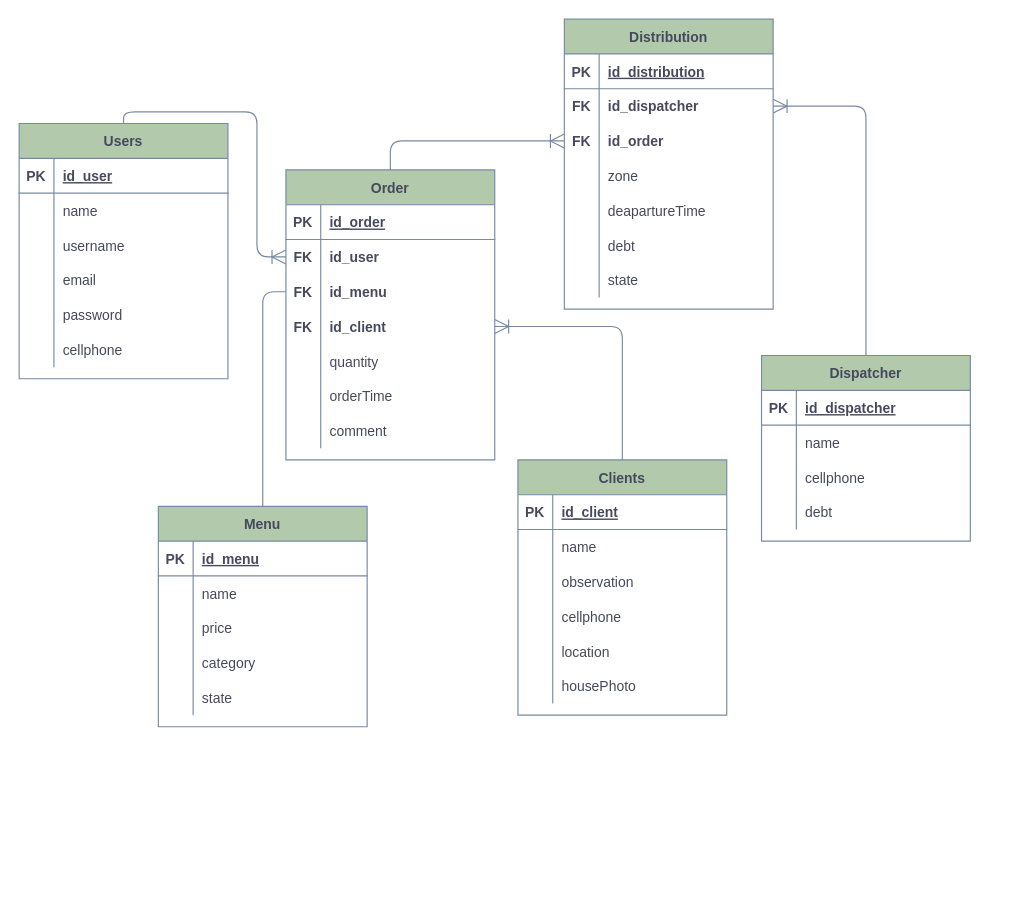
The draw.io diagram Untitled Diagram.drawio in juanyodavid/HW4, before the edit. Source tidied: cells renumbered, new cells numbered last; positions are measured from the earlier drawing's top-left corner, leaving out a move shared by most shapes. Both pictures are drawn from the tidied source at 116%, with x=0, y=0 at pixel (19, 19).
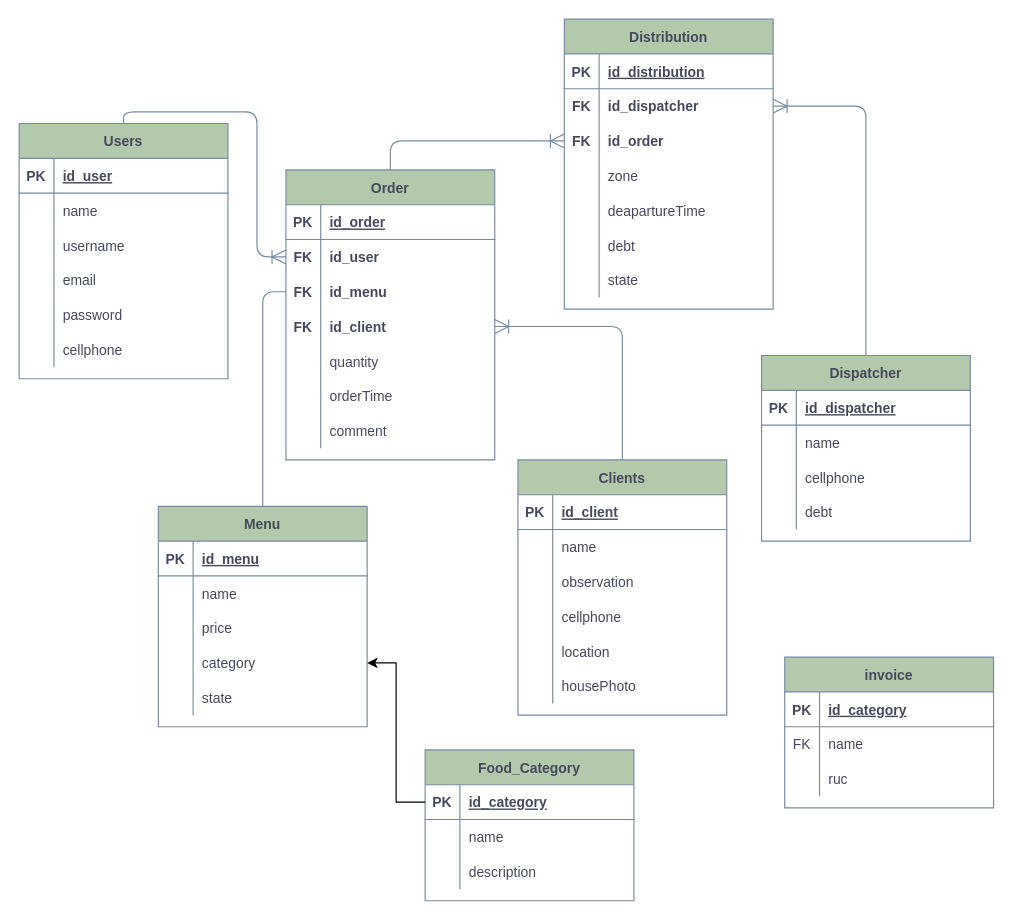
The same diagram, later.

Unchanged cells that the change refers to:
```xml
<mxCell id="63" style="shape=tableRow;horizontal=0;startSize=0;swimlaneHead=0;swimlaneBody=0;fillColor=none;points=[[0,0.5],[1,0.5]];portConstraint=eastwest;top=0;left=0;right=0;bottom=0;rounded=0;sketch=0;fontColor=#46495D;strokeColor=#788AA3;" parent="53" vertex="1">
  <mxGeometry y="120" width="180" height="30" as="geometry" />
</mxCell>
```

The edit, as a diff of the source:
```diff
@@
+    <mxCell id="118" value="Food_Category" style="shape=table;startSize=30;childLayout=tableLayout;rowLines=0;fontStyle=1;align=center;rounded=0;sketch=0;fontColor=#46495D;strokeColor=#788AA3;fillColor=#B2C9AB;" parent="1" vertex="1">
+      <mxGeometry x="350" y="630" width="180" height="130" as="geometry" />
+    </mxCell>
+    <mxCell id="119" style="shape=tableRow;horizontal=0;startSize=0;swimlaneHead=0;swimlaneBody=0;fillColor=none;points=[[0,0.5],[1,0.5]];portConstraint=eastwest;top=0;left=0;right=0;bottom=1;rounded=0;sketch=0;fontColor=#46495D;strokeColor=#788AA3;" parent="118" vertex="1">
+      <mxGeometry y="30" width="180" height="30" as="geometry" />
+    </mxCell>
+    <mxCell id="120" value="PK" style="shape=partialRectangle;fillColor=none;top=0;left=0;bottom=0;right=0;fontStyle=1;overflow=hidden;rounded=0;sketch=0;fontColor=#46495D;strokeColor=#788AA3;" parent="119" vertex="1">
+      <mxGeometry width="30" height="30" as="geometry" />
+    </mxCell>
+    <mxCell id="121" value="id_category" style="shape=partialRectangle;fillColor=none;top=0;left=0;bottom=0;right=0;align=left;spacingLeft=6;fontStyle=5;overflow=hidden;rounded=0;sketch=0;fontColor=#46495D;strokeColor=#788AA3;" parent="119" vertex="1">
+      <mxGeometry x="30" width="150" height="30" as="geometry" />
+    </mxCell>
+    <mxCell id="122" style="shape=tableRow;horizontal=0;startSize=0;swimlaneHead=0;swimlaneBody=0;fillColor=none;top=0;left=0;right=0;bottom=0;rounded=0;sketch=0;fontColor=#46495D;strokeColor=#788AA3;" parent="118" vertex="1">
+      <mxGeometry y="60" width="180" height="30" as="geometry" />
+    </mxCell>
+    <mxCell id="123" style="shape=partialRectangle;fillColor=none;top=0;left=0;bottom=0;right=0;overflow=hidden;rounded=0;sketch=0;fontColor=#46495D;strokeColor=#788AA3;" parent="122" vertex="1">
+      <mxGeometry width="30" height="30" as="geometry" />
+    </mxCell>
+    <mxCell id="124" value="name" style="shape=partialRectangle;fillColor=none;top=0;left=0;bottom=0;right=0;align=left;spacingLeft=6;overflow=hidden;rounded=0;sketch=0;fontColor=#46495D;strokeColor=#788AA3;" parent="122" vertex="1">
+      <mxGeometry x="30" width="150" height="30" as="geometry" />
+    </mxCell>
+    <mxCell id="125" style="shape=tableRow;horizontal=0;startSize=0;swimlaneHead=0;swimlaneBody=0;fillColor=none;top=0;left=0;right=0;bottom=0;rounded=0;sketch=0;fontColor=#46495D;strokeColor=#788AA3;" parent="118" vertex="1">
+      <mxGeometry y="90" width="180" height="30" as="geometry" />
+    </mxCell>
+    <mxCell id="126" style="shape=partialRectangle;fillColor=none;top=0;left=0;bottom=0;right=0;overflow=hidden;rounded=0;sketch=0;fontColor=#46495D;strokeColor=#788AA3;" parent="125" vertex="1">
+      <mxGeometry width="30" height="30" as="geometry" />
+    </mxCell>
+    <mxCell id="127" value="description" style="shape=partialRectangle;fillColor=none;top=0;left=0;bottom=0;right=0;align=left;spacingLeft=6;overflow=hidden;rounded=0;sketch=0;fontColor=#46495D;strokeColor=#788AA3;" parent="125" vertex="1">
+      <mxGeometry x="30" width="150" height="30" as="geometry" />
+    </mxCell>
+    <mxCell id="128" style="edgeStyle=orthogonalEdgeStyle;rounded=0;jettySize=auto;html=1;exitX=0;exitY=0.5;exitDx=0;exitDy=0;entryX=1;entryY=0.5;entryDx=0;entryDy=0;" parent="1" edge="1" source="119" target="63">
+      <mxGeometry relative="1" as="geometry" />
+    </mxCell>
+    <mxCell id="129" value="invoice" style="shape=table;startSize=30;childLayout=tableLayout;rowLines=0;fontStyle=1;align=center;rounded=0;sketch=0;fontColor=#46495D;strokeColor=#788AA3;fillColor=#B2C9AB;" parent="1" vertex="1">
+      <mxGeometry x="660" y="550" width="180" height="130" as="geometry" />
+    </mxCell>
+    <mxCell id="130" style="shape=tableRow;horizontal=0;startSize=0;swimlaneHead=0;swimlaneBody=0;fillColor=none;top=0;left=0;right=0;bottom=1;rounded=0;sketch=0;fontColor=#46495D;strokeColor=#788AA3;" parent="129" vertex="1">
+      <mxGeometry y="30" width="180" height="30" as="geometry" />
+    </mxCell>
+    <mxCell id="131" value="PK" style="shape=partialRectangle;fillColor=none;top=0;left=0;bottom=0;right=0;fontStyle=1;overflow=hidden;rounded=0;sketch=0;fontColor=#46495D;strokeColor=#788AA3;" parent="130" vertex="1">
+      <mxGeometry width="30" height="30" as="geometry" />
+    </mxCell>
+    <mxCell id="132" value="id_category" style="shape=partialRectangle;fillColor=none;top=0;left=0;bottom=0;right=0;align=left;spacingLeft=6;fontStyle=5;overflow=hidden;rounded=0;sketch=0;fontColor=#46495D;strokeColor=#788AA3;" parent="130" vertex="1">
+      <mxGeometry x="30" width="150" height="30" as="geometry" />
+    </mxCell>
+    <mxCell id="133" style="shape=tableRow;horizontal=0;startSize=0;swimlaneHead=0;swimlaneBody=0;fillColor=none;top=0;left=0;right=0;bottom=0;rounded=0;sketch=0;fontColor=#46495D;strokeColor=#788AA3;" parent="129" vertex="1">
+      <mxGeometry y="60" width="180" height="30" as="geometry" />
+    </mxCell>
+    <mxCell id="134" value="FK" style="shape=partialRectangle;fillColor=none;top=0;left=0;bottom=0;right=0;overflow=hidden;rounded=0;sketch=0;fontColor=#46495D;strokeColor=#788AA3;" parent="133" vertex="1">
+      <mxGeometry width="30" height="30" as="geometry" />
+    </mxCell>
+    <mxCell id="135" value="name" style="shape=partialRectangle;fillColor=none;top=0;left=0;bottom=0;right=0;align=left;spacingLeft=6;overflow=hidden;rounded=0;sketch=0;fontColor=#46495D;strokeColor=#788AA3;" parent="133" vertex="1">
+      <mxGeometry x="30" width="150" height="30" as="geometry" />
+    </mxCell>
+    <mxCell id="136" style="shape=tableRow;horizontal=0;startSize=0;swimlaneHead=0;swimlaneBody=0;fillColor=none;top=0;left=0;right=0;bottom=0;rounded=0;sketch=0;fontColor=#46495D;strokeColor=#788AA3;" parent="129" vertex="1">
+      <mxGeometry y="90" width="180" height="30" as="geometry" />
+    </mxCell>
+    <mxCell id="137" style="shape=partialRectangle;fillColor=none;top=0;left=0;bottom=0;right=0;overflow=hidden;rounded=0;sketch=0;fontColor=#46495D;strokeColor=#788AA3;" parent="136" vertex="1">
+      <mxGeometry width="30" height="30" as="geometry" />
+    </mxCell>
+    <mxCell id="138" value="ruc" style="shape=partialRectangle;fillColor=none;top=0;left=0;bottom=0;right=0;align=left;spacingLeft=6;overflow=hidden;rounded=0;sketch=0;fontColor=#46495D;strokeColor=#788AA3;" parent="136" vertex="1">
+      <mxGeometry x="30" width="150" height="30" as="geometry" />
+    </mxCell>
```
